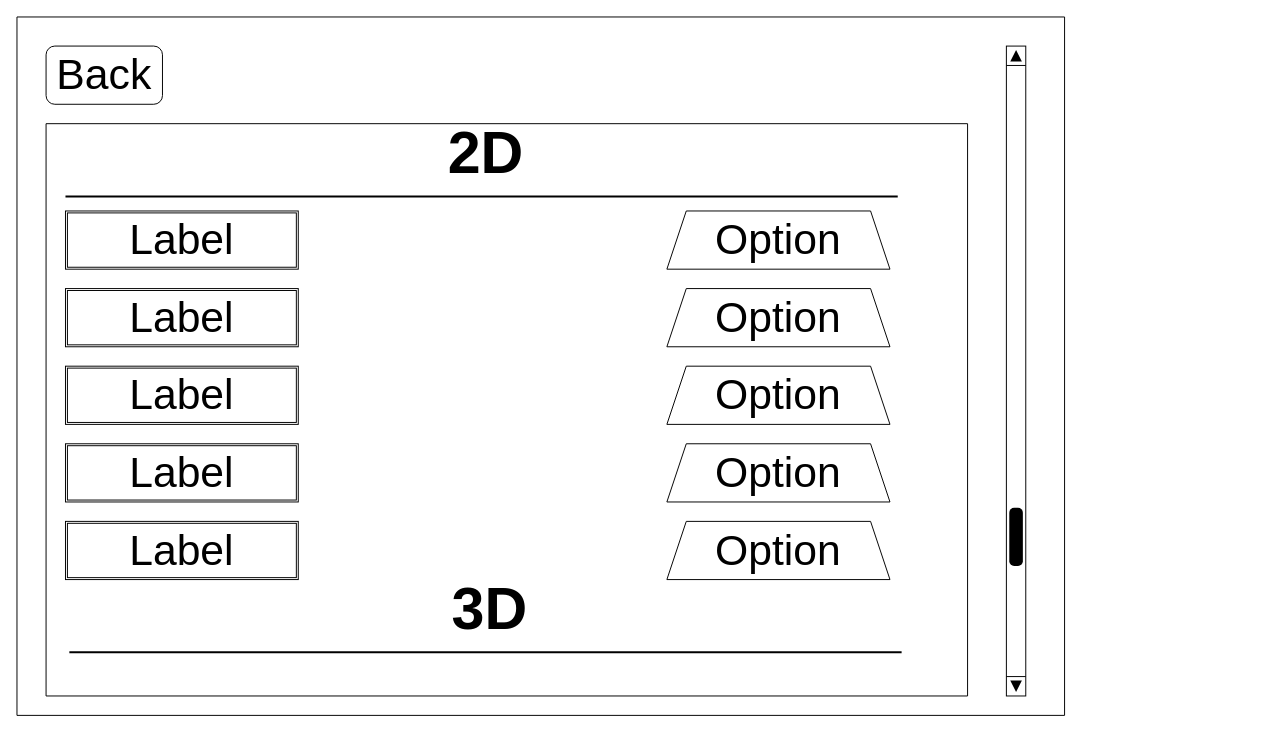
This is page "Visual Settings" (4 of 14) of Design/Project.drawio from PawekPL/Atlas-of-Dreams, a draw.io file, before an edit. Source tidied: cells renumbered, new cells numbered last; positions are measured from the earlier drawing's top-left corner, leaving out a move shared by most shapes. Both pictures are drawn from the tidied source at 97%, with x=0, y=0 at pixel (16, 16).
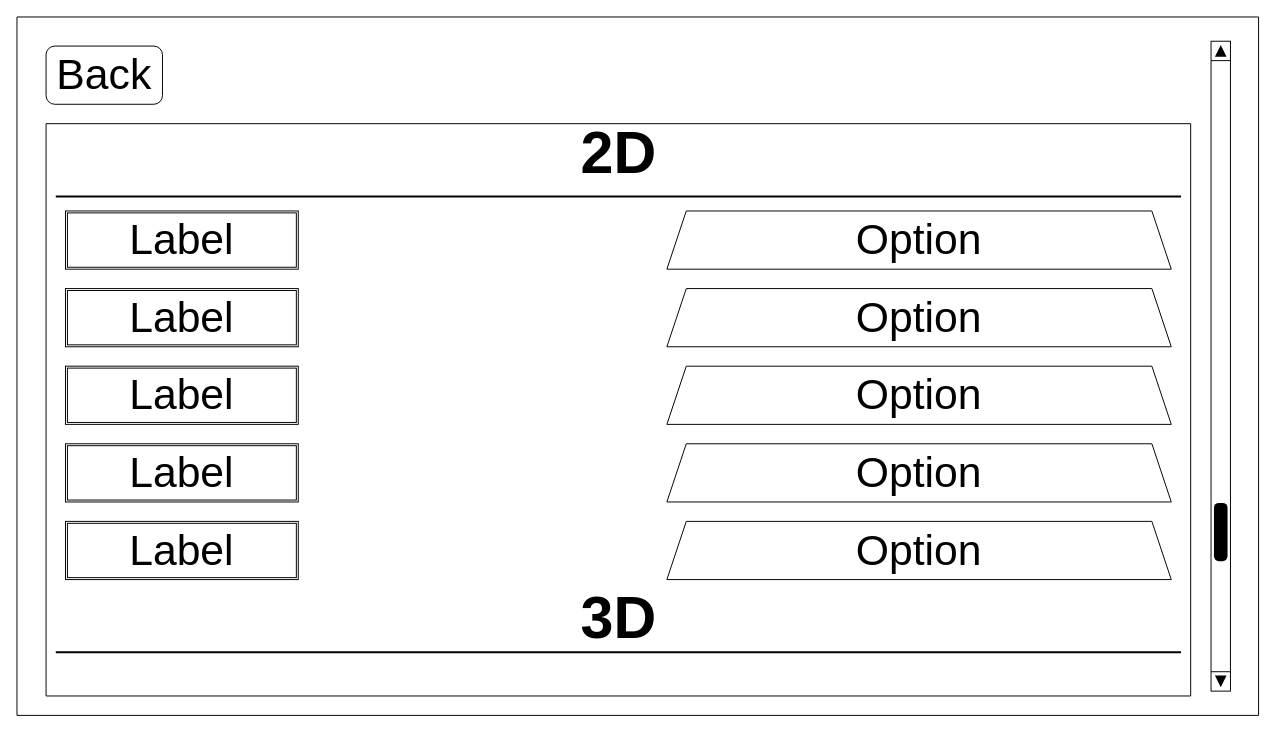
The same diagram, later.

Change to the diagram source:
```diff
@@
 <mxGraphModel>
   <root>
     <mxCell id="0" />
     <mxCell id="1" parent="0" />
     <mxCell id="2" style="swimlane;startSize=0;fontSize=44;" parent="1" vertex="1">
-      <mxGeometry width="1080" height="720" as="geometry" />
+      <mxGeometry width="1280" height="720" as="geometry" />
     </mxCell>
     <mxCell id="3" value="Back" style="rounded=1;whiteSpace=wrap;html=1;fontSize=44;" parent="2" vertex="1">
       <mxGeometry x="30" y="30" width="120" height="60" as="geometry" />
     </mxCell>
     <mxCell id="4" style="verticalLabelPosition=bottom;shadow=0;dashed=0;align=center;html=1;verticalAlign=top;strokeWidth=1;shape=mxgraph.mockup.navigation.scrollBar;barPos=20;fillColor2=#000000;strokeColor2=none;direction=north;fontSize=44;" parent="2" vertex="1">
-      <mxGeometry x="1020" y="30" width="20" height="670" as="geometry" />
+      <mxGeometry x="1231" y="25" width="20" height="670" as="geometry" />
     </mxCell>
-    <mxCell id="5" value="Option" style="shape=trapezoid;perimeter=trapezoidPerimeter;whiteSpace=wrap;html=1;fixedSize=1;fontSize=44;" parent="2" vertex="1">
-      <mxGeometry x="670" y="200" width="230" height="60" as="geometry" />
-    </mxCell>
     <mxCell id="6" value="Label" style="shape=ext;double=1;rounded=0;whiteSpace=wrap;html=1;fontSize=44;" parent="2" vertex="1">
       <mxGeometry x="50" y="200" width="240" height="60" as="geometry" />
     </mxCell>
     <mxCell id="7" value="Option" style="shape=trapezoid;perimeter=trapezoidPerimeter;whiteSpace=wrap;html=1;fixedSize=1;fontSize=44;" parent="2" vertex="1">
-      <mxGeometry x="670" y="280" width="230" height="60" as="geometry" />
+      <mxGeometry x="670" y="280" width="520" height="60" as="geometry" />
     </mxCell>
     <mxCell id="8" value="Label" style="shape=ext;double=1;rounded=0;whiteSpace=wrap;html=1;fontSize=44;" parent="2" vertex="1">
       <mxGeometry x="50" y="280" width="240" height="60" as="geometry" />
     </mxCell>
     <mxCell id="9" value="Option" style="shape=trapezoid;perimeter=trapezoidPerimeter;whiteSpace=wrap;html=1;fixedSize=1;fontSize=44;" parent="2" vertex="1">
-      <mxGeometry x="670" y="360" width="230" height="60" as="geometry" />
+      <mxGeometry x="670" y="360" width="520" height="60" as="geometry" />
     </mxCell>
     <mxCell id="10" value="Label" style="shape=ext;double=1;rounded=0;whiteSpace=wrap;html=1;fontSize=44;" parent="2" vertex="1">
       <mxGeometry x="50" y="360" width="240" height="60" as="geometry" />
     </mxCell>
     <mxCell id="11" value="Option" style="shape=trapezoid;perimeter=trapezoidPerimeter;whiteSpace=wrap;html=1;fixedSize=1;fontSize=44;" parent="2" vertex="1">
-      <mxGeometry x="670" y="440" width="230" height="60" as="geometry" />
+      <mxGeometry x="670" y="440" width="520" height="60" as="geometry" />
     </mxCell>
     <mxCell id="12" value="Label" style="shape=ext;double=1;rounded=0;whiteSpace=wrap;html=1;fontSize=44;" parent="2" vertex="1">
       <mxGeometry x="50" y="440" width="240" height="60" as="geometry" />
     </mxCell>
-    <mxCell id="13" value="Option" style="shape=trapezoid;perimeter=trapezoidPerimeter;whiteSpace=wrap;html=1;fixedSize=1;fontSize=44;" parent="2" vertex="1">
-      <mxGeometry x="670" y="520" width="230" height="60" as="geometry" />
-    </mxCell>
     <mxCell id="14" value="Label" style="shape=ext;double=1;rounded=0;whiteSpace=wrap;html=1;fontSize=44;" parent="2" vertex="1">
       <mxGeometry x="50" y="520" width="240" height="60" as="geometry" />
     </mxCell>
-    <mxCell id="15" value="&lt;font style=&quot;font-size: 61px&quot;&gt;2D&lt;/font&gt;" style="text;strokeColor=none;fillColor=none;html=1;fontSize=24;fontStyle=1;verticalAlign=middle;align=center;" parent="2" vertex="1">
-      <mxGeometry x="370" y="80" width="226" height="120" as="geometry" />
-    </mxCell>
     <mxCell id="16" style="line;strokeWidth=2;html=1;fontSize=61;" parent="2" vertex="1">
-      <mxGeometry x="50" y="180" width="858" height="10" as="geometry" />
+      <mxGeometry x="40" y="180" width="1160" height="10" as="geometry" />
     </mxCell>
-    <mxCell id="17" value="&lt;font style=&quot;font-size: 61px&quot;&gt;3D&lt;/font&gt;" style="text;strokeColor=none;fillColor=none;html=1;fontSize=24;fontStyle=1;verticalAlign=middle;align=center;" parent="2" vertex="1">
-      <mxGeometry x="374" y="550" width="226" height="120" as="geometry" />
-    </mxCell>
     <mxCell id="18" style="line;strokeWidth=2;html=1;fontSize=61;" parent="2" vertex="1">
-      <mxGeometry x="54" y="650" width="858" height="10" as="geometry" />
+      <mxGeometry x="40" y="650" width="1160" height="10" as="geometry" />
     </mxCell>
     <mxCell id="19" style="swimlane;startSize=0;fontSize=61;" parent="1" vertex="1">
-      <mxGeometry x="30" y="110" width="950" height="590" as="geometry" />
+      <mxGeometry x="30" y="110" width="1180" height="590" as="geometry" />
     </mxCell>
+    <mxCell id="5" value="Option" style="shape=trapezoid;perimeter=trapezoidPerimeter;whiteSpace=wrap;html=1;fixedSize=1;fontSize=44;" parent="19" vertex="1">
+      <mxGeometry x="640" y="90" width="520" height="60" as="geometry" />
+    </mxCell>
+    <mxCell id="13" value="Option" style="shape=trapezoid;perimeter=trapezoidPerimeter;whiteSpace=wrap;html=1;fixedSize=1;fontSize=44;" parent="19" vertex="1">
+      <mxGeometry x="640" y="410" width="520" height="60" as="geometry" />
+    </mxCell>
+    <mxCell id="17" value="&lt;font style=&quot;font-size: 61px&quot;&gt;3D&lt;/font&gt;" style="text;strokeColor=none;fillColor=none;html=1;fontSize=24;fontStyle=1;verticalAlign=middle;align=center;" parent="19" vertex="1">
+      <mxGeometry x="477" y="450" width="226" height="120" as="geometry" />
+    </mxCell>
+    <mxCell id="15" value="&lt;font style=&quot;font-size: 61px&quot;&gt;2D&lt;/font&gt;" style="text;strokeColor=none;fillColor=none;html=1;fontSize=24;fontStyle=1;verticalAlign=middle;align=center;" parent="19" vertex="1">
+      <mxGeometry x="477" y="-30" width="226" height="120" as="geometry" />
+    </mxCell>
   </root>
 </mxGraphModel>
```
